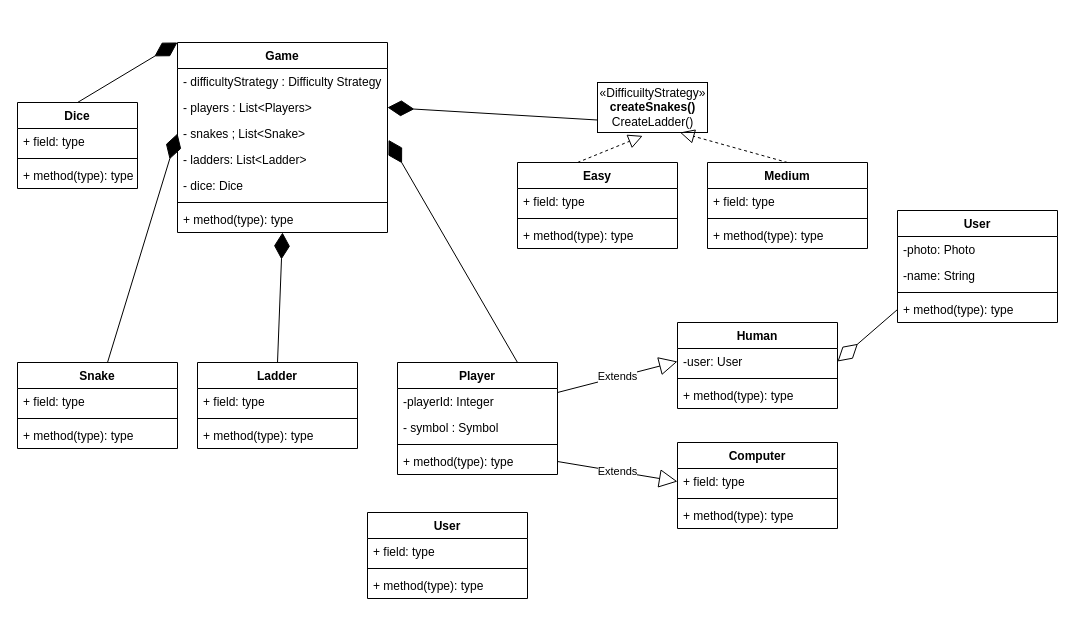
Above: Snake_And_Ladder_Diagram.drawio in aktomer06/Draw.io (draw.io), before the change. Source tidied: cells renumbered, new cells numbered last; positions are measured from the earlier drawing's top-left corner, leaving out a move shared by most shapes. Both pictures are drawn from the tidied source at 100%, with x=0, y=0 at pixel (17, 42).
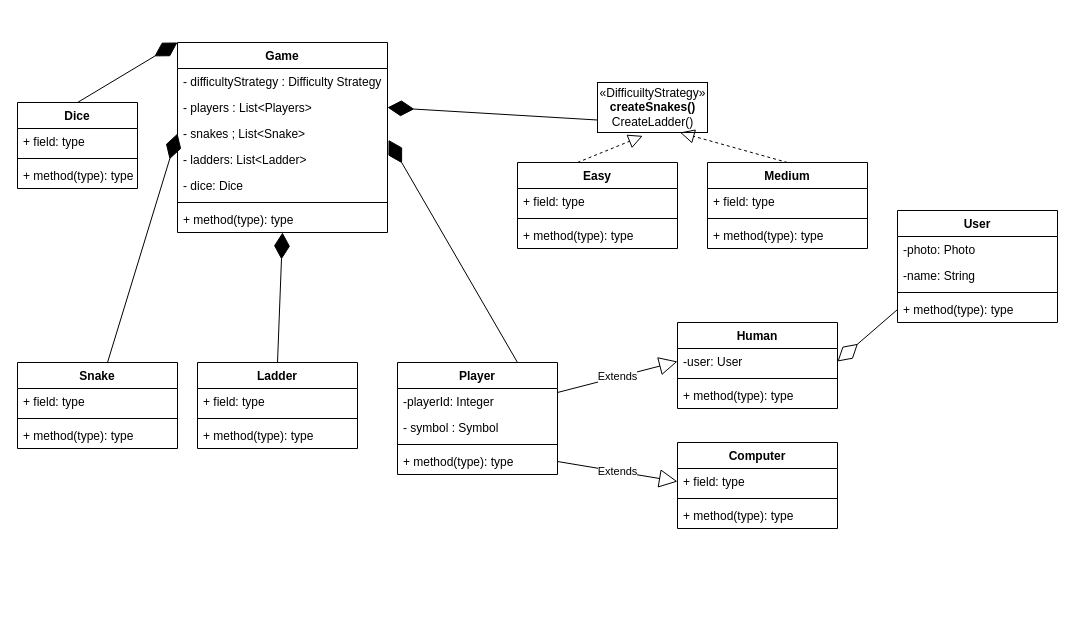
The same diagram, later.

Diff of the diagram source:
```diff
@@
-    <mxCell id="27" value="User" style="swimlane;fontStyle=1;align=center;verticalAlign=top;horizontal=1;startSize=26;" parent="1" vertex="1">
-      <mxGeometry x="350" y="470" width="160" height="86" as="geometry" />
-    </mxCell>
-    <mxCell id="28" value="+ field: type" style="text;strokeColor=none;fillColor=none;align=left;verticalAlign=top;spacingLeft=4;spacingRight=4;overflow=hidden;" parent="27" vertex="1">
-      <mxGeometry y="26" width="160" height="26" as="geometry" />
-    </mxCell>
-    <mxCell id="29" style="line;strokeWidth=1;fillColor=none;align=left;verticalAlign=middle;spacingTop=-1;spacingLeft=3;spacingRight=3;labelPosition=right;" parent="27" vertex="1">
-      <mxGeometry y="52" width="160" height="8" as="geometry" />
-    </mxCell>
-    <mxCell id="30" value="+ method(type): type" style="text;strokeColor=none;fillColor=none;align=left;verticalAlign=top;spacingLeft=4;spacingRight=4;overflow=hidden;" parent="27" vertex="1">
-      <mxGeometry y="60" width="160" height="26" as="geometry" />
-    </mxCell>
```
